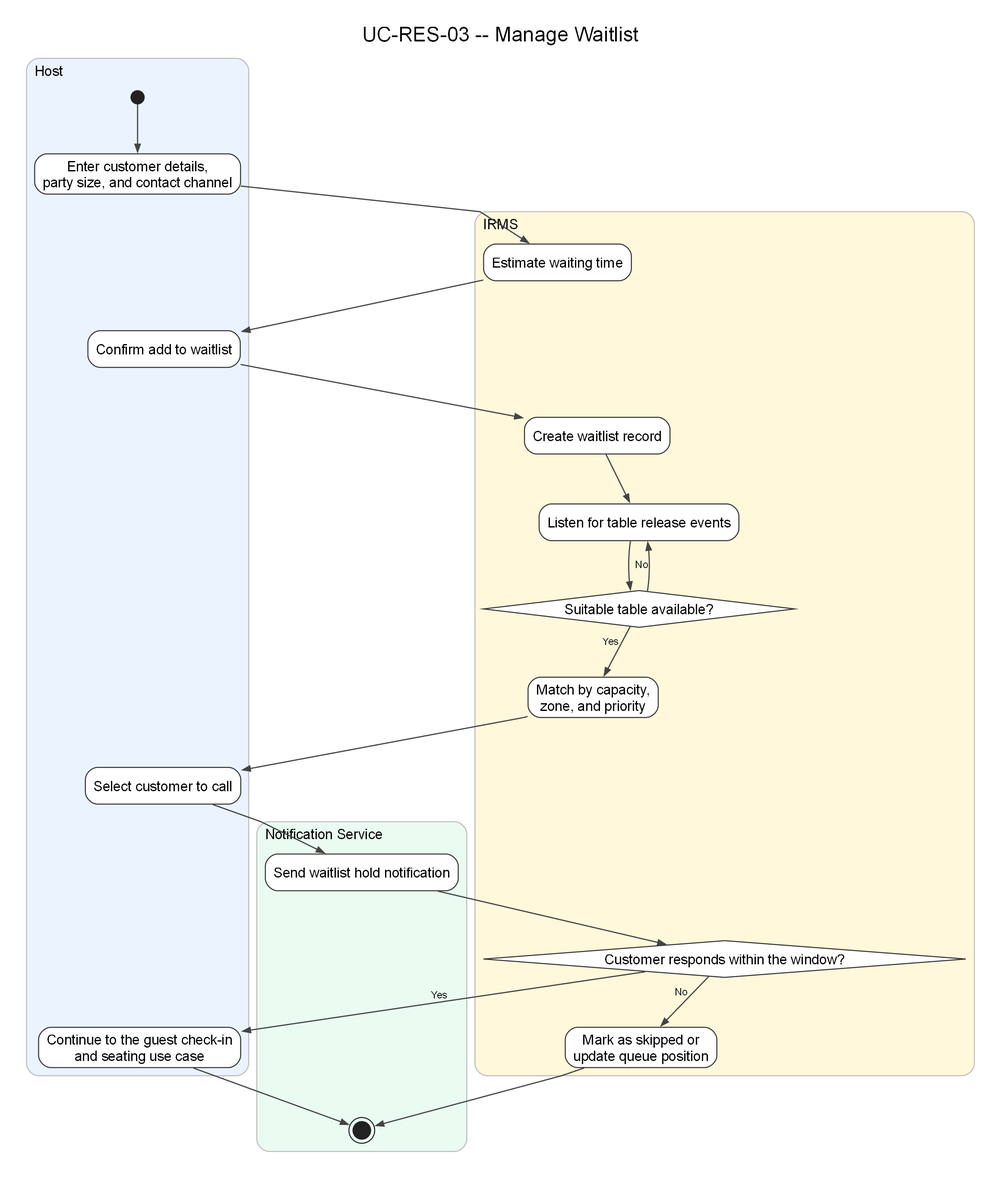
This is assets/diagrams/rendered/activity/uc-res-03-manage-waitlist.png from lehoangluan1/SA_IRMS, a Graphviz export, as it was before one commit. Its source is kept beside it as assets/diagrams/source/activity/uc-res-03-manage-waitlist.dot.
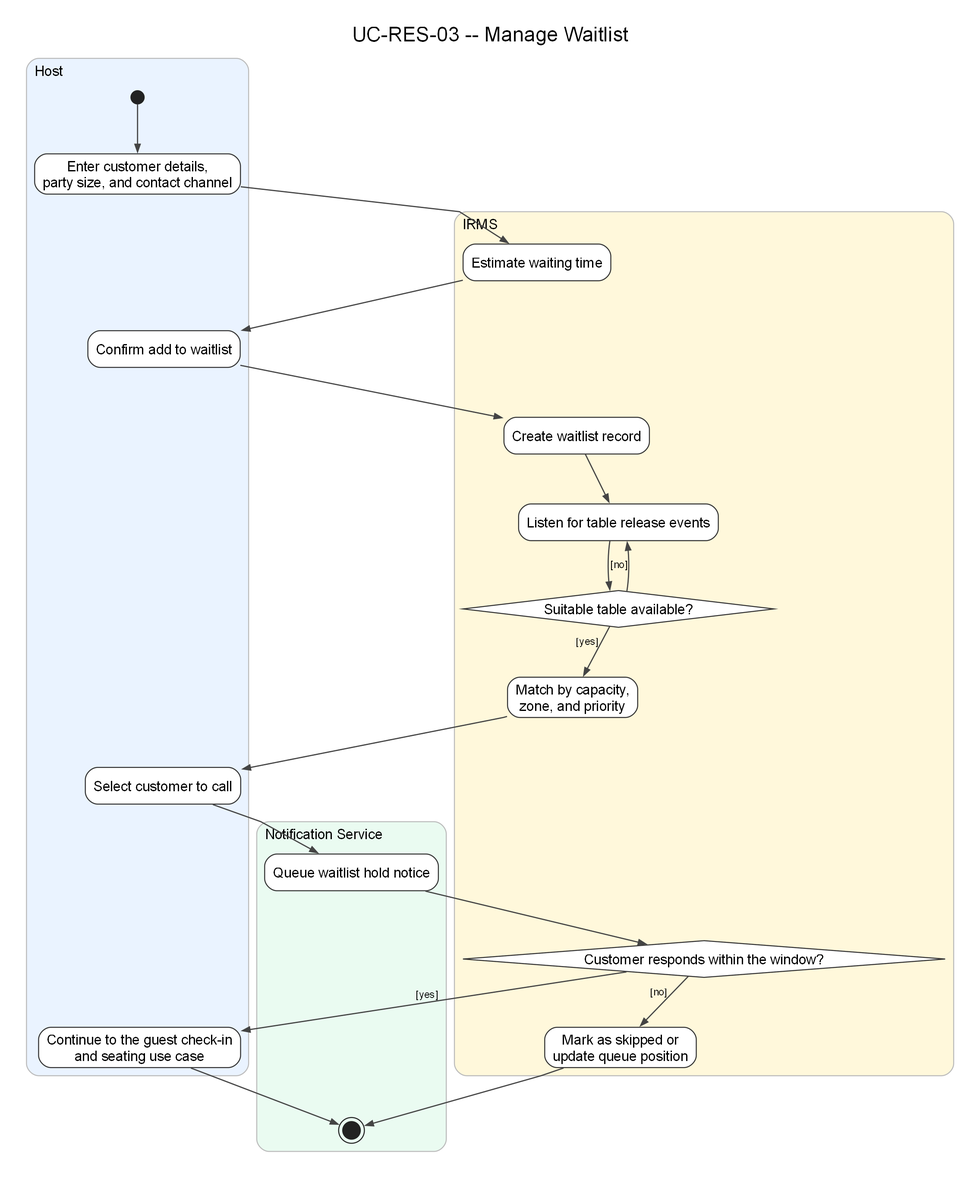
The same file after the commit.

The edit, as a diff of the source:
```diff
@@ -30,7 +30,7 @@
   subgraph cluster_l3 {
     style="rounded,filled"; fillcolor="#EAFBF1"; color="#BBBBBB"; penwidth=1.0;
     label="Notification Service"; fontsize=14; labelloc="t"; labeljust="l";
-    n9 [label="Send waitlist hold notification", shape=rect, style="rounded,filled", fillcolor="white", color="#333333"];
+    n9 [label="Queue waitlist hold notice", shape=rect, style="rounded,filled", fillcolor="white", color="#333333"];
     n13 [shape=doublecircle, label="", width=0.24, height=0.24, fixedsize=true, style=filled, fillcolor="#222222", color="#222222"];
   }
 
@@ -40,13 +40,13 @@
   n3 -> n4;
   n4 -> n5;
   n5 -> n6;
-  n6 -> n7 [xlabel="Yes"];
-  n6 -> n5 [xlabel="No"];
+  n6 -> n7 [xlabel="[yes]"];
+  n6 -> n5 [xlabel="[no]"];
   n7 -> n8;
   n8 -> n9;
   n9 -> n10;
-  n10 -> n11 [xlabel="Yes"];
-  n10 -> n12 [xlabel="No"];
+  n10 -> n11 [xlabel="[yes]"];
+  n10 -> n12 [xlabel="[no]"];
   n11 -> n13;
   n12 -> n13;
 }
```
